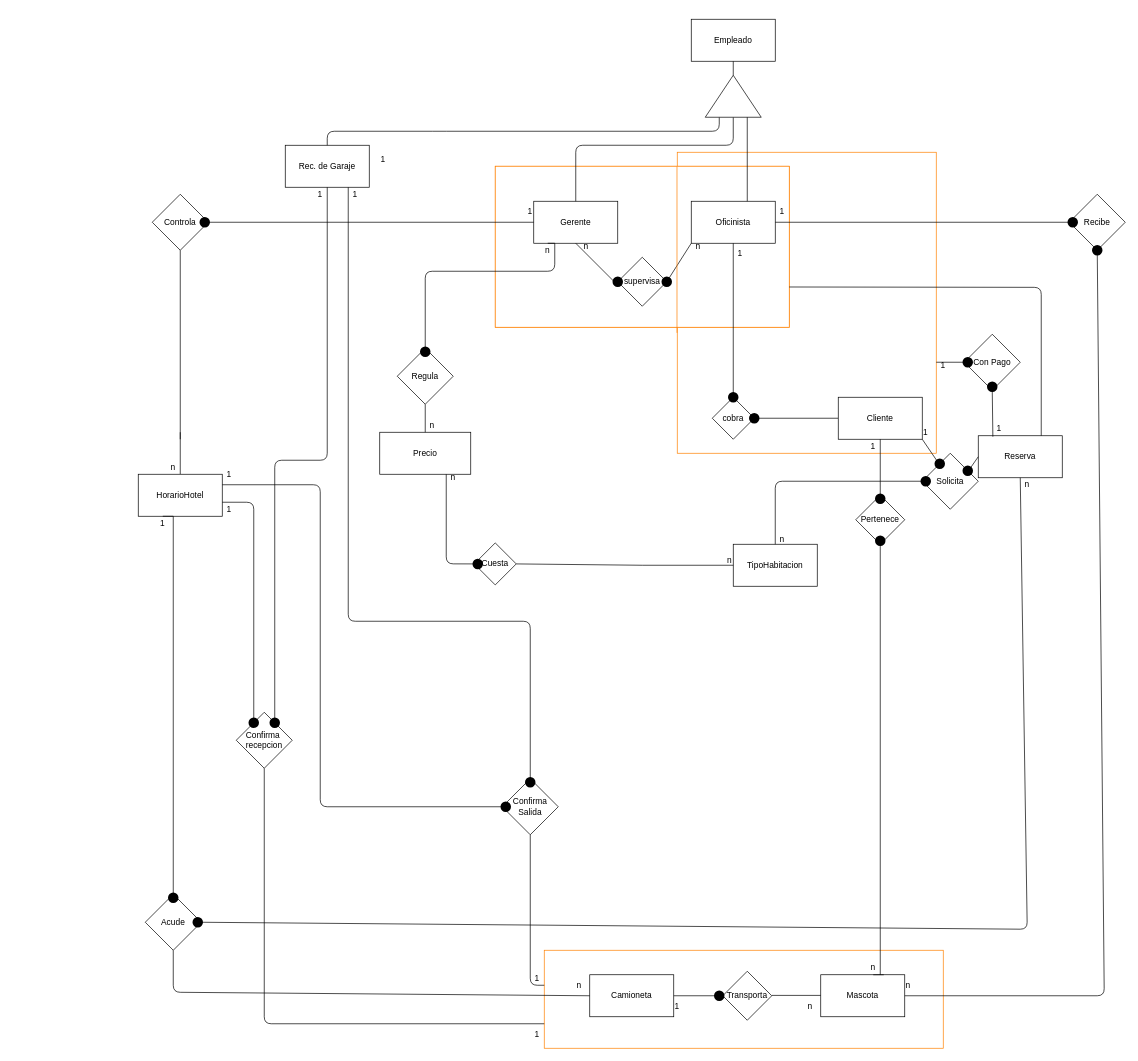
martinakarszensztejn/proyectomajime keeps this draw.io diagram as Mer 2808 v2.drawio. Above is the earlier version. Source tidied: cells renumbered, new cells numbered last; positions are measured from the earlier drawing's top-left corner, leaving out a move shared by most shapes. Both pictures are drawn from the tidied source at 70%, with x=0, y=0 at pixel (12, 19).
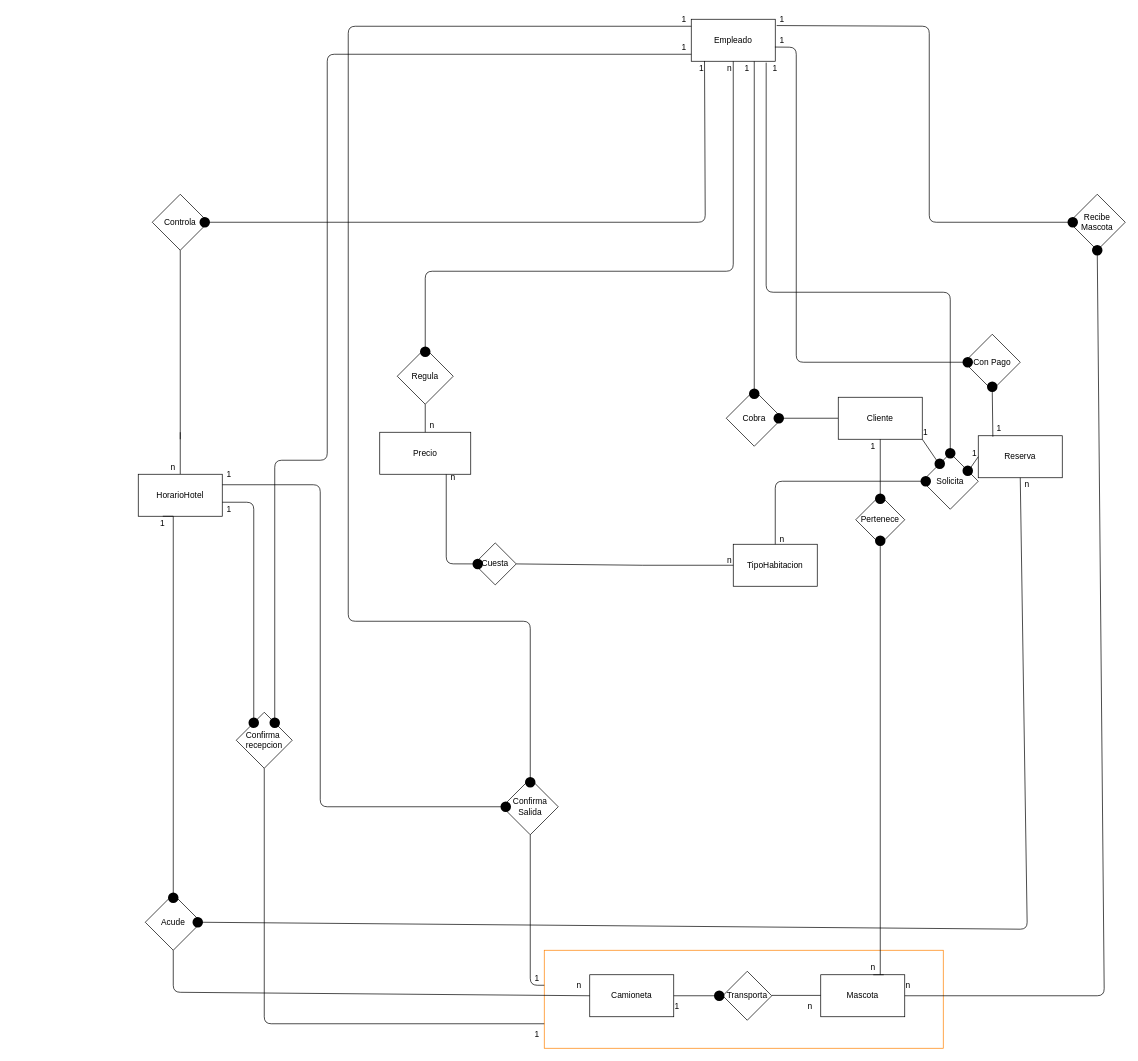
After the change.

Unchanged cells that the change refers to:
```xml
<mxCell id="7" value="Empleado" style="rounded=0;whiteSpace=wrap;html=1;" parent="1" vertex="1">
  <mxGeometry x="970" width="120" height="60" as="geometry" />
</mxCell>
<mxCell id="45" value="Reserva" style="rounded=0;whiteSpace=wrap;html=1;strokeColor=#000000;strokeWidth=1;fillColor=#FFFFFF;" parent="1" vertex="1">
  <mxGeometry x="1380" y="595" width="120" height="60" as="geometry" />
</mxCell>
<mxCell id="47" value="Con Pago" style="rhombus;whiteSpace=wrap;html=1;strokeColor=#000000;strokeWidth=1;fillColor=#FFFFFF;" parent="1" vertex="1">
  <mxGeometry x="1360" y="450" width="80" height="80" as="geometry" />
</mxCell>
<mxCell id="51" value="Solicita" style="rhombus;whiteSpace=wrap;html=1;strokeColor=#000000;strokeWidth=1;fillColor=#FFFFFF;" parent="1" vertex="1">
  <mxGeometry x="1300" y="620" width="80" height="80" as="geometry" />
</mxCell>
<mxCell id="56" value="Confirma&lt;br&gt;Salida" style="rhombus;whiteSpace=wrap;html=1;strokeColor=#000000;strokeWidth=1;fillColor=#FFFFFF;" parent="1" vertex="1">
  <mxGeometry x="700" y="1085" width="80" height="80" as="geometry" />
</mxCell>
<mxCell id="62" value="Regula" style="rhombus;whiteSpace=wrap;html=1;strokeColor=#000000;strokeWidth=1;fillColor=none;" parent="1" vertex="1">
  <mxGeometry x="550" y="470" width="80" height="80" as="geometry" />
</mxCell>
<mxCell id="87" style="ellipse;whiteSpace=wrap;html=1;strokeColor=#000000;strokeWidth=5;fillColor=#000000;" parent="1" vertex="1">
  <mxGeometry x="1510" y="285" width="10" height="10" as="geometry" />
</mxCell>
<mxCell id="98" style="ellipse;whiteSpace=wrap;html=1;strokeColor=#000000;strokeWidth=5;fillColor=#000000;" parent="1" vertex="1">
  <mxGeometry x="370" y="1000" width="10" height="10" as="geometry" />
</mxCell>
<mxCell id="99" style="ellipse;whiteSpace=wrap;html=1;strokeColor=#000000;strokeWidth=5;fillColor=#000000;" parent="1" vertex="1">
  <mxGeometry x="270" y="285" width="10" height="10" as="geometry" />
</mxCell>
```

The edit, as a diff of the source:
```diff
@@
-    <mxCell id="2" style="rounded=0;whiteSpace=wrap;html=1;strokeColor=#FF8000;" parent="1" vertex="1">
-      <mxGeometry x="950" y="190" width="370" height="430" as="geometry" />
-    </mxCell>
-    <mxCell id="3" value="cobra" style="rhombus;whiteSpace=wrap;html=1;" parent="1" vertex="1">
-      <mxGeometry x="1000" y="540" width="60" height="60" as="geometry" />
+    <mxCell id="3" value="Cobra" style="rhombus;whiteSpace=wrap;html=1;" parent="1" vertex="1">
+      <mxGeometry x="1020" y="530" width="80" height="80" as="geometry" />
     </mxCell>
-    <mxCell id="4" style="endArrow=none;html=1;exitX=1;exitY=0.5;exitDx=0;exitDy=0;" parent="1" edge="1" source="3">
+    <mxCell id="4" style="endArrow=none;html=1;" parent="1" edge="1" source="3">
       <mxGeometry relative="1" as="geometry">
         <mxPoint x="1180" y="570" as="targetPoint" />
       </mxGeometry>
     </mxCell>
@@
-    <mxCell id="6" style="group;fillColor=#FFFFFF;strokeColor=#FF8000;strokeWidth=1;" parent="1" vertex="1">
-      <mxGeometry x="690" y="210" width="420" height="230" as="geometry" />
-    </mxCell>
@@
-    <mxCell id="8" style="rounded=0;whiteSpace=wrap;html=1;strokeColor=#FF8000;" parent="1" vertex="1">
-      <mxGeometry x="690" y="210" width="420" height="230" as="geometry" />
-    </mxCell>
-    <mxCell id="9" value="Gerente" style="rounded=0;whiteSpace=wrap;html=1;" parent="1" vertex="1">
-      <mxGeometry x="745" y="260" width="120" height="60" as="geometry" />
-    </mxCell>
-    <mxCell id="10" value="supervisa" style="rhombus;whiteSpace=wrap;html=1;" parent="1" vertex="1">
-      <mxGeometry x="865" y="340" width="70" height="70" as="geometry" />
-    </mxCell>
-    <mxCell id="11" style="endArrow=none;html=1;exitX=0;exitY=0.5;exitDx=0;exitDy=0;entryX=0.5;entryY=1;entryDx=0;entryDy=0;" parent="1" edge="1" source="68" target="9">
-      <mxGeometry relative="1" as="geometry" />
-    </mxCell>
-    <mxCell id="12" value="Oficinista" style="rounded=0;whiteSpace=wrap;html=1;" parent="1" vertex="1">
-      <mxGeometry x="970" y="260" width="120" height="60" as="geometry" />
-    </mxCell>
-    <mxCell id="13" style="endArrow=none;html=1;exitX=1;exitY=0.5;exitDx=0;exitDy=0;entryX=0;entryY=1;entryDx=0;entryDy=0;" parent="1" edge="1" source="10" target="12">
-      <mxGeometry relative="1" as="geometry" />
-    </mxCell>
-    <mxCell id="14" style="endArrow=none;html=1;exitX=-0.001;exitY=0.6;exitDx=0;exitDy=0;exitPerimeter=0;strokeColor=#FF8000;entryX=-0.001;entryY=0.047;entryDx=0;entryDy=0;entryPerimeter=0;" parent="1" edge="1" source="2" target="2">
-      <mxGeometry relative="1" as="geometry" />
-    </mxCell>
-    <mxCell id="15" style="endArrow=none;html=1;strokeColor=#000000;exitX=0.5;exitY=0;exitDx=0;exitDy=0;entryX=0;entryY=0.5;entryDx=0;entryDy=0;" parent="1" edge="1" source="9" target="130">
-      <mxGeometry relative="1" as="geometry">
-        <Array as="points">
-          <mxPoint x="805" y="180" />
-          <mxPoint x="1030" y="180" />
-        </Array>
-      </mxGeometry>
-    </mxCell>
-    <mxCell id="16" value="Rec. de Garaje" style="rounded=0;whiteSpace=wrap;html=1;strokeColor=#000000;strokeWidth=1;fillColor=#FFFFFF;" parent="1" vertex="1">
-      <mxGeometry x="390" y="180" width="120" height="60" as="geometry" />
-    </mxCell>
-    <mxCell id="17" style="endArrow=none;html=1;strokeColor=#000000;exitX=0.5;exitY=0;exitDx=0;exitDy=0;entryX=0;entryY=0.25;entryDx=0;entryDy=0;" parent="1" edge="1" source="16" target="130">
-      <mxGeometry relative="1" as="geometry">
-        <Array as="points">
-          <mxPoint x="450" y="160" />
-          <mxPoint x="610" y="160" />
-          <mxPoint x="1010" y="160" />
-        </Array>
-      </mxGeometry>
-    </mxCell>
@@
-    <mxCell id="35" style="endArrow=none;html=1;exitX=0.5;exitY=0;exitDx=0;exitDy=0;entryX=0.5;entryY=1;entryDx=0;entryDy=0;" parent="1" edge="1" source="3" target="12">
-      <mxGeometry relative="1" as="geometry" />
+    <mxCell id="35" style="endArrow=none;html=1;entryX=0.75;entryY=0;entryDx=0;entryDy=0;" parent="1" edge="1" target="101">
+      <mxGeometry relative="1" as="geometry">
+        <mxPoint x="1060" y="530" as="sourcePoint" />
+      </mxGeometry>
     </mxCell>
@@
-    <mxCell id="42" style="endArrow=none;html=1;strokeColor=#000000;entryX=0;entryY=0.5;entryDx=0;entryDy=0;exitX=1;exitY=0.5;exitDx=0;exitDy=0;" parent="1" edge="1" source="99" target="9">
-      <mxGeometry relative="1" as="geometry" />
+    <mxCell id="42" style="endArrow=none;html=1;strokeColor=#000000;exitX=1;exitY=0.5;exitDx=0;exitDy=0;entryX=0.158;entryY=0.994;entryDx=0;entryDy=0;entryPerimeter=0;" parent="1" edge="1" source="99" target="7">
+      <mxGeometry relative="1" as="geometry">
+        <Array as="points">
+          <mxPoint x="990" y="290" />
+        </Array>
+      </mxGeometry>
     </mxCell>
@@
-    <mxCell id="48" style="endArrow=none;html=1;strokeColor=#000000;entryX=0.75;entryY=0;entryDx=0;entryDy=0;exitX=1;exitY=0.75;exitDx=0;exitDy=0;" parent="1" edge="1" source="8" target="45">
+    <mxCell id="48" style="endArrow=none;html=1;strokeColor=#000000;entryX=0.5;entryY=0;entryDx=0;entryDy=0;exitX=0.892;exitY=1.033;exitDx=0;exitDy=0;exitPerimeter=0;" parent="1" edge="1" source="7" target="51">
       <mxGeometry relative="1" as="geometry">
         <Array as="points">
-          <mxPoint x="1470" y="383" />
+          <mxPoint x="1077" y="390" />
+          <mxPoint x="1340" y="390" />
         </Array>
       </mxGeometry>
     </mxCell>
-    <mxCell id="49" style="endArrow=none;html=1;strokeColor=#000000;exitX=0;exitY=0.5;exitDx=0;exitDy=0;" parent="1" edge="1" source="47">
+    <mxCell id="49" style="endArrow=none;html=1;strokeColor=#000000;exitX=0;exitY=0.5;exitDx=0;exitDy=0;entryX=0.996;entryY=0.662;entryDx=0;entryDy=0;entryPerimeter=0;" parent="1" edge="1" source="47" target="7">
       <mxGeometry relative="1" as="geometry">
-        <mxPoint x="1320" y="490" as="targetPoint" />
+        <Array as="points">
+          <mxPoint x="1120" y="490" />
+          <mxPoint x="1120" y="40" />
+        </Array>
       </mxGeometry>
     </mxCell>
@@
-    <mxCell id="61" style="endArrow=none;html=1;strokeColor=#000000;entryX=0.5;entryY=1;entryDx=0;entryDy=0;exitX=0.5;exitY=0;exitDx=0;exitDy=0;" parent="1" edge="1" source="98" target="16">
+    <mxCell id="61" style="endArrow=none;html=1;strokeColor=#000000;exitX=0.5;exitY=0;exitDx=0;exitDy=0;entryX=0.75;entryY=1;entryDx=0;entryDy=0;" parent="1" edge="1" source="98" target="126">
       <mxGeometry relative="1" as="geometry">
         <Array as="points">
           <mxPoint x="375" y="630" />
           <mxPoint x="450" y="630" />
+          <mxPoint x="450" y="50" />
         </Array>
       </mxGeometry>
     </mxCell>
@@
-    <mxCell id="63" style="endArrow=none;html=1;strokeColor=#000000;entryX=0.5;entryY=0;entryDx=0;entryDy=0;exitX=0.75;exitY=0;exitDx=0;exitDy=0;" parent="1" edge="1" source="104" target="62">
+    <mxCell id="63" style="endArrow=none;html=1;strokeColor=#000000;entryX=0.5;entryY=0;entryDx=0;entryDy=0;exitX=0;exitY=0;exitDx=0;exitDy=0;" parent="1" edge="1" source="101" target="62">
       <mxGeometry relative="1" as="geometry">
         <Array as="points">
-          <mxPoint x="775" y="360" />
+          <mxPoint x="1030" y="360" />
           <mxPoint x="590" y="360" />
         </Array>
       </mxGeometry>
     </mxCell>
@@
-    <mxCell id="68" style="ellipse;whiteSpace=wrap;html=1;strokeColor=#000000;strokeWidth=5;fillColor=#000000;" parent="1" vertex="1">
-      <mxGeometry x="860" y="370" width="10" height="10" as="geometry" />
-    </mxCell>
-    <mxCell id="69" style="endArrow=none;html=1;exitX=0;exitY=0.5;exitDx=0;exitDy=0;entryX=0.5;entryY=1;entryDx=0;entryDy=0;" parent="1" edge="1" source="10" target="68">
-      <mxGeometry relative="1" as="geometry" />
-    </mxCell>
-    <mxCell id="70" style="ellipse;whiteSpace=wrap;html=1;strokeColor=#000000;strokeWidth=5;fillColor=#000000;" parent="1" vertex="1">
-      <mxGeometry x="930" y="370" width="10" height="10" as="geometry" />
-    </mxCell>
-    <mxCell id="71" value="n" style="text;html=1;strokeColor=none;fillColor=none;align=center;verticalAlign=middle;whiteSpace=wrap;rounded=0;" parent="1" vertex="1">
-      <mxGeometry x="800" y="315" width="40" height="20" as="geometry" />
-    </mxCell>
-    <mxCell id="72" value="n" style="text;html=1;strokeColor=none;fillColor=none;align=center;verticalAlign=middle;whiteSpace=wrap;rounded=0;" parent="1" vertex="1">
-      <mxGeometry x="960" y="315" width="40" height="20" as="geometry" />
-    </mxCell>
     <mxCell id="73" style="ellipse;whiteSpace=wrap;html=1;strokeColor=#000000;strokeWidth=5;fillColor=#000000;" parent="1" vertex="1">
-      <mxGeometry x="1025" y="535" width="10" height="10" as="geometry" />
+      <mxGeometry x="1055" y="530" width="10" height="10" as="geometry" />
     </mxCell>
@@
-    <mxCell id="84" value="Recibe" style="rhombus;whiteSpace=wrap;html=1;strokeColor=#000000;strokeWidth=1;fillColor=none;" parent="1" vertex="1">
+    <mxCell id="84" value="Recibe&lt;br&gt;Mascota" style="rhombus;whiteSpace=wrap;html=1;strokeColor=#000000;strokeWidth=1;fillColor=none;" parent="1" vertex="1">
       <mxGeometry x="1510" y="250" width="80" height="80" as="geometry" />
     </mxCell>
-    <mxCell id="85" style="endArrow=none;html=1;strokeColor=#000000;entryX=1;entryY=0.5;entryDx=0;entryDy=0;exitX=0;exitY=0.5;exitDx=0;exitDy=0;" parent="1" edge="1" source="87" target="12">
-      <mxGeometry relative="1" as="geometry" />
+    <mxCell id="85" style="endArrow=none;html=1;strokeColor=#000000;entryX=1.017;entryY=0.15;entryDx=0;entryDy=0;exitX=0;exitY=0.5;exitDx=0;exitDy=0;entryPerimeter=0;" parent="1" edge="1" source="87" target="7">
+      <mxGeometry relative="1" as="geometry">
+        <Array as="points">
+          <mxPoint x="1310" y="290" />
+          <mxPoint x="1310" y="10" />
+        </Array>
+      </mxGeometry>
     </mxCell>
@@
     <mxCell id="90" style="ellipse;whiteSpace=wrap;html=1;strokeColor=#000000;strokeWidth=5;fillColor=#000000;" parent="1" vertex="1">
-      <mxGeometry x="1055" y="565" width="10" height="10" as="geometry" />
+      <mxGeometry x="1090" y="565" width="10" height="10" as="geometry" />
     </mxCell>
@@
     <mxCell id="101" value="1" style="text;html=1;strokeColor=none;fillColor=none;align=center;verticalAlign=middle;whiteSpace=wrap;rounded=0;" parent="1" vertex="1">
-      <mxGeometry x="1020" y="325" width="40" height="20" as="geometry" />
+      <mxGeometry x="1030" y="60" width="40" height="20" as="geometry" />
     </mxCell>
     <mxCell id="102" value="1" style="text;html=1;strokeColor=none;fillColor=none;align=center;verticalAlign=middle;whiteSpace=wrap;rounded=0;" parent="1" vertex="1">
-      <mxGeometry x="1080" y="265" width="40" height="20" as="geometry" />
+      <mxGeometry x="1080" y="-10" width="40" height="20" as="geometry" />
     </mxCell>
     <mxCell id="103" value="1" style="text;html=1;strokeColor=none;fillColor=none;align=center;verticalAlign=middle;whiteSpace=wrap;rounded=0;" parent="1" vertex="1">
-      <mxGeometry x="720" y="265" width="40" height="20" as="geometry" />
+      <mxGeometry x="965" y="60" width="40" height="20" as="geometry" />
     </mxCell>
     <mxCell id="104" value="n" style="text;html=1;strokeColor=none;fillColor=none;align=center;verticalAlign=middle;whiteSpace=wrap;rounded=0;" parent="1" vertex="1">
-      <mxGeometry x="745" y="320" width="40" height="20" as="geometry" />
+      <mxGeometry x="1005" y="60" width="40" height="20" as="geometry" />
     </mxCell>
-    <mxCell id="105" style="endArrow=none;html=1;strokeColor=#000000;entryX=0.5;entryY=0;entryDx=0;entryDy=0;exitX=0.25;exitY=1;exitDx=0;exitDy=0;" parent="1" edge="1" source="9" target="104">
-      <mxGeometry relative="1" as="geometry" />
-    </mxCell>
-    <mxCell id="106" value="1" style="text;html=1;strokeColor=none;fillColor=none;align=center;verticalAlign=middle;whiteSpace=wrap;rounded=0;" parent="1" vertex="1">
-      <mxGeometry x="510" y="190" width="40" height="20" as="geometry" />
-    </mxCell>
@@
     <mxCell id="118" value="1" style="text;html=1;strokeColor=none;fillColor=none;align=center;verticalAlign=middle;whiteSpace=wrap;rounded=0;" parent="1" vertex="1">
-      <mxGeometry x="1310" y="485" width="40" height="20" as="geometry" />
+      <mxGeometry x="1080" y="20" width="40" height="20" as="geometry" />
     </mxCell>
@@
-    <mxCell id="124" value="1" style="text;html=1;strokeColor=none;fillColor=none;align=center;verticalAlign=middle;whiteSpace=wrap;rounded=0;" parent="1" vertex="1">
-      <mxGeometry x="420" y="240" width="40" height="20" as="geometry" />
-    </mxCell>
-    <mxCell id="125" style="endArrow=none;html=1;strokeColor=#000000;exitX=0.75;exitY=1;exitDx=0;exitDy=0;entryX=0.5;entryY=0;entryDx=0;entryDy=0;" parent="1" edge="1" source="16" target="56">
+    <mxCell id="125" style="endArrow=none;html=1;strokeColor=#000000;entryX=0.5;entryY=0;entryDx=0;entryDy=0;" parent="1" edge="1" target="56">
       <mxGeometry relative="1" as="geometry">
+        <mxPoint x="970" y="10" as="sourcePoint" />
         <Array as="points">
+          <mxPoint x="480" y="10" />
           <mxPoint x="480" y="860" />
           <mxPoint x="740" y="860" />
         </Array>
       </mxGeometry>
     </mxCell>
     <mxCell id="126" value="1" style="text;html=1;strokeColor=none;fillColor=none;align=center;verticalAlign=middle;whiteSpace=wrap;rounded=0;" parent="1" vertex="1">
-      <mxGeometry x="470" y="240" width="40" height="20" as="geometry" />
+      <mxGeometry x="940" y="30" width="40" height="20" as="geometry" />
     </mxCell>
@@
-    <mxCell id="130" style="triangle;whiteSpace=wrap;html=1;rotation=-90;" parent="1" vertex="1">
-      <mxGeometry x="1000" y="70" width="60" height="80" as="geometry" />
-    </mxCell>
-    <mxCell id="131" style="endArrow=none;html=1;exitX=0;exitY=0.75;exitDx=0;exitDy=0;entryX=0.667;entryY=0;entryDx=0;entryDy=0;entryPerimeter=0;" parent="1" edge="1" source="130" target="12">
-      <mxGeometry relative="1" as="geometry" />
-    </mxCell>
-    <mxCell id="132" style="endArrow=none;html=1;entryX=1;entryY=0.5;entryDx=0;entryDy=0;exitX=0.5;exitY=1;exitDx=0;exitDy=0;" parent="1" edge="1" source="7" target="130">
-      <mxGeometry relative="1" as="geometry" />
-    </mxCell>
+    <mxCell id="133" value="1" style="text;html=1;strokeColor=none;fillColor=none;align=center;verticalAlign=middle;whiteSpace=wrap;rounded=0;" parent="1" vertex="1">
+      <mxGeometry x="940" y="-10" width="40" height="20" as="geometry" />
+    </mxCell>
+    <mxCell id="134" value="1" style="text;html=1;strokeColor=none;fillColor=none;align=center;verticalAlign=middle;whiteSpace=wrap;rounded=0;" parent="1" vertex="1">
+      <mxGeometry x="1070" y="60" width="40" height="20" as="geometry" />
+    </mxCell>
+    <mxCell id="135" style="ellipse;whiteSpace=wrap;html=1;strokeColor=#000000;strokeWidth=5;fillColor=#000000;" parent="1" vertex="1">
+      <mxGeometry x="1335" y="615" width="10" height="10" as="geometry" />
+    </mxCell>
+    <mxCell id="136" value="1" style="text;html=1;strokeColor=none;fillColor=none;align=center;verticalAlign=middle;whiteSpace=wrap;rounded=0;" parent="1" vertex="1">
+      <mxGeometry x="1355" y="610" width="40" height="20" as="geometry" />
+    </mxCell>
```
